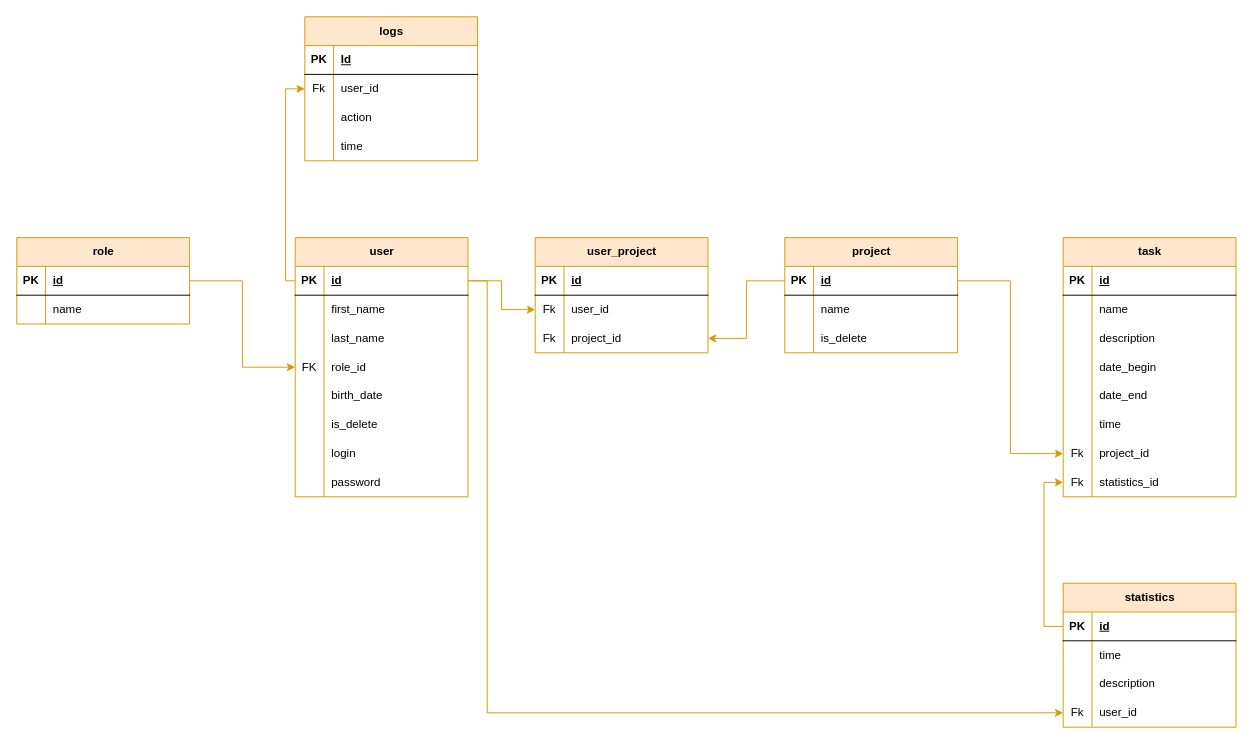
The draw.io diagram diagrams/taskManager.drawio in AbominablePutridity/TaskManager-SpringBoot-, before the edit. Source tidied: cells renumbered, new cells numbered last; positions are measured from the earlier drawing's top-left corner, leaving out a move shared by most shapes. Both pictures are drawn from the tidied source at 96%, with x=0, y=0 at pixel (16, 16).
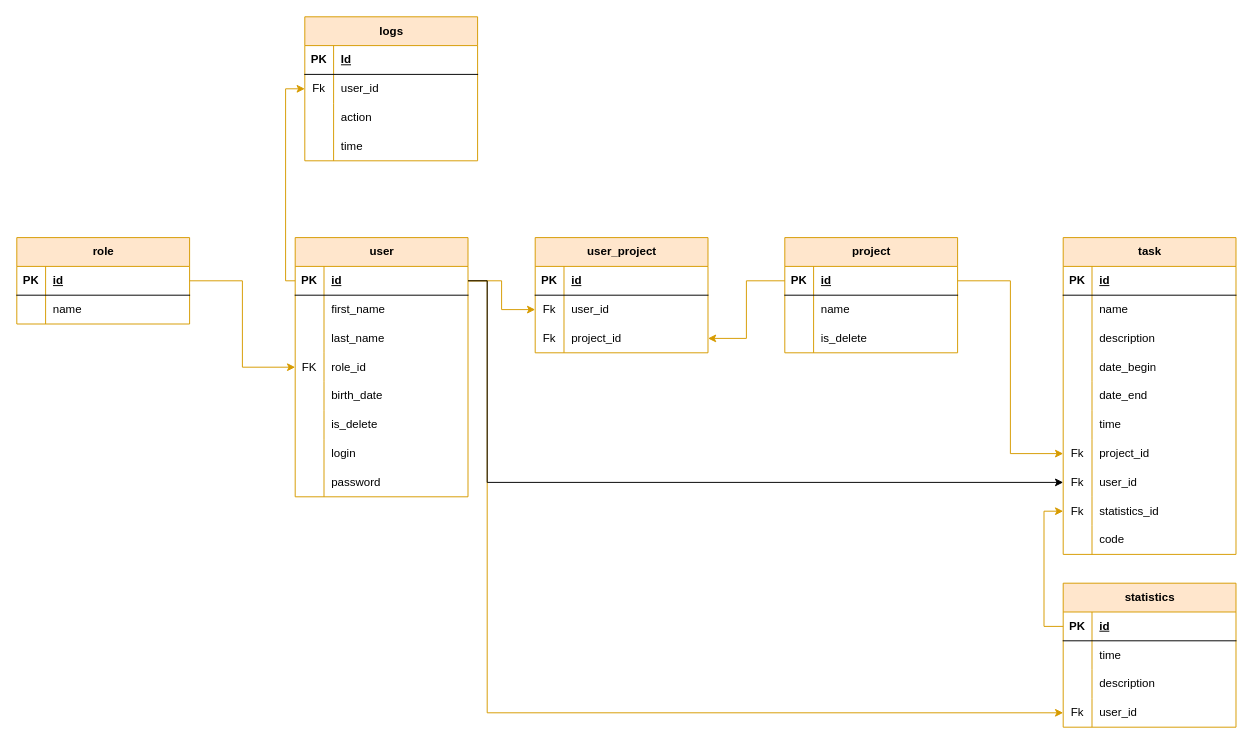
Above is the later version.

Unchanged cells that the change refers to:
```xml
<mxCell id="3" style="shape=tableRow;horizontal=0;startSize=0;swimlaneHead=0;swimlaneBody=0;fillColor=none;points=[[0,0.5],[1,0.5]];portConstraint=eastwest;top=0;left=0;right=0;bottom=1;" parent="2" vertex="1">
  <mxGeometry y="30" width="180" height="30" as="geometry" />
</mxCell>
<mxCell id="67" style="shape=tableRow;horizontal=0;startSize=0;swimlaneHead=0;swimlaneBody=0;fillColor=none;points=[[0,0.5],[1,0.5]];portConstraint=eastwest;top=0;left=0;right=0;bottom=0;" parent="45" vertex="1">
  <mxGeometry y="240" width="180" height="30" as="geometry" />
</mxCell>
<mxCell id="84" style="shape=tableRow;horizontal=0;startSize=0;swimlaneHead=0;swimlaneBody=0;fillColor=none;points=[[0,0.5],[1,0.5]];portConstraint=eastwest;top=0;left=0;right=0;bottom=1;" parent="83" vertex="1">
  <mxGeometry y="30" width="180" height="30" as="geometry" />
</mxCell>
```

Diff of the diagram source:
```diff
@@
     <mxCell id="45" value="task" style="shape=table;startSize=30;childLayout=tableLayout;rowLines=0;fontStyle=1;align=center;html=1;fillColor=#ffe6cc;strokeColor=#d79b00;" parent="1" vertex="1">
-      <mxGeometry x="1090" y="230" width="180" height="270" as="geometry" />
+      <mxGeometry x="1090" y="230" width="180" height="330" as="geometry" />
     </mxCell>
@@
-    <mxCell id="69" value="statistics_id" style="shape=partialRectangle;fillColor=none;top=0;left=0;bottom=0;right=0;align=left;spacingLeft=6;overflow=hidden;whiteSpace=wrap;html=1;" parent="67" vertex="1">
+    <mxCell id="69" value="user_id" style="shape=partialRectangle;fillColor=none;top=0;left=0;bottom=0;right=0;align=left;spacingLeft=6;overflow=hidden;whiteSpace=wrap;html=1;" parent="67" vertex="1">
       <mxGeometry x="30" width="150" height="30" as="geometry" />
     </mxCell>
+    <mxCell id="112" style="shape=tableRow;horizontal=0;startSize=0;swimlaneHead=0;swimlaneBody=0;fillColor=none;points=[[0,0.5],[1,0.5]];portConstraint=eastwest;top=0;left=0;right=0;bottom=0;" parent="45" vertex="1">
+      <mxGeometry y="270" width="180" height="30" as="geometry" />
+    </mxCell>
+    <mxCell id="113" value="Fk" style="shape=partialRectangle;fillColor=none;top=0;left=0;bottom=0;right=0;overflow=hidden;whiteSpace=wrap;html=1;" parent="112" vertex="1">
+      <mxGeometry width="30" height="30" as="geometry" />
+    </mxCell>
+    <mxCell id="114" value="statistics_id" style="shape=partialRectangle;fillColor=none;top=0;left=0;bottom=0;right=0;align=left;spacingLeft=6;overflow=hidden;whiteSpace=wrap;html=1;" parent="112" vertex="1">
+      <mxGeometry x="30" width="150" height="30" as="geometry" />
+    </mxCell>
+    <mxCell id="115" style="shape=tableRow;horizontal=0;startSize=0;swimlaneHead=0;swimlaneBody=0;fillColor=none;top=0;left=0;right=0;bottom=0;" parent="45" vertex="1">
+      <mxGeometry y="300" width="180" height="30" as="geometry" />
+    </mxCell>
+    <mxCell id="116" style="shape=partialRectangle;fillColor=none;top=0;left=0;bottom=0;right=0;overflow=hidden;whiteSpace=wrap;html=1;" parent="115" vertex="1">
+      <mxGeometry width="30" height="30" as="geometry" />
+    </mxCell>
+    <mxCell id="117" value="code" style="shape=partialRectangle;fillColor=none;top=0;left=0;bottom=0;right=0;align=left;spacingLeft=6;overflow=hidden;whiteSpace=wrap;html=1;" parent="115" vertex="1">
+      <mxGeometry x="30" width="150" height="30" as="geometry" />
+    </mxCell>
@@
-    <mxCell id="96" style="edgeStyle=orthogonalEdgeStyle;rounded=0;jettySize=auto;html=1;entryX=0;entryY=0.5;entryDx=0;entryDy=0;fillColor=#ffe6cc;strokeColor=#d79b00;" parent="1" edge="1" source="84" target="67">
-      <mxGeometry relative="1" as="geometry" />
+    <mxCell id="96" style="edgeStyle=orthogonalEdgeStyle;rounded=0;jettySize=auto;html=1;entryX=0;entryY=0.5;entryDx=0;entryDy=0;fillColor=#ffe6cc;strokeColor=#d79b00;" parent="1" edge="1" source="84" target="112">
+      <mxGeometry relative="1" as="geometry">
+        <Array as="points">
+          <mxPoint x="1070" y="635" />
+          <mxPoint x="1070" y="515" />
+        </Array>
+      </mxGeometry>
     </mxCell>
@@
+    <mxCell id="118" style="edgeStyle=orthogonalEdgeStyle;rounded=0;jettySize=auto;html=1;" parent="1" edge="1" source="3" target="67">
+      <mxGeometry relative="1" as="geometry">
+        <Array as="points">
+          <mxPoint x="490" y="275" />
+          <mxPoint x="490" y="485" />
+        </Array>
+      </mxGeometry>
+    </mxCell>
```
